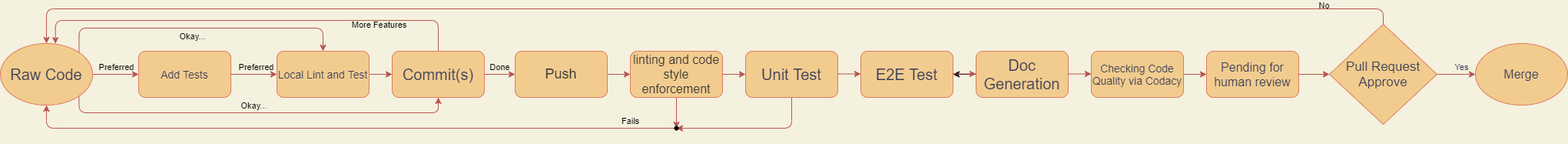
Above: admin/cipipeline/phase2.drawio.png in 12DaysOfCoding/WeTheFoodies (draw.io), before the change. Source tidied: cells renumbered, new cells last; positions are measured from the earlier drawing's top-left corner, leaving out a move shared by most shapes.
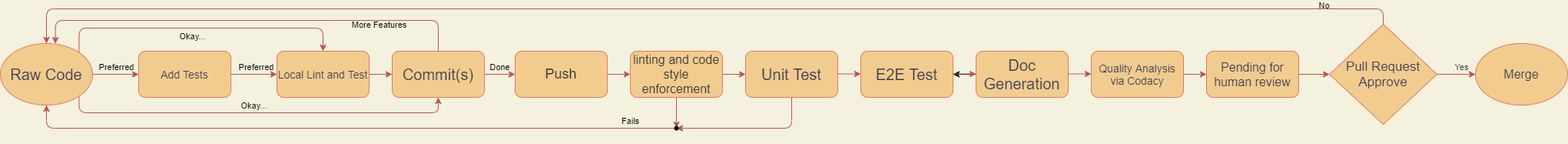
Above is the later version.

Commit message:
update phase2 diagram

What changed in the source:
```diff
@@ -94,7 +94,7 @@
     <mxCell id="22" style="edgeStyle=orthogonalEdgeStyle;rounded=1;jettySize=auto;html=1;startArrow=none;startFill=0;endArrow=classic;endFill=1;fillColor=#f8cecc;strokeColor=#b85450;" parent="1" edge="1" source="23" target="13">
       <mxGeometry relative="1" as="geometry" />
     </mxCell>
-    <mxCell id="23" value="&lt;font style=&quot;font-size: 14px&quot;&gt;Checking Code Quality via Codacy&lt;/font&gt;" style="rounded=1;whiteSpace=wrap;html=1;fillColor=#F2CC8F;strokeColor=#E07A5F;fontColor=#393C56;" parent="1" vertex="1">
+    <mxCell id="23" value="&lt;font style=&quot;font-size: 14px&quot;&gt;Quality Analysis via Codacy&lt;/font&gt;" style="rounded=1;whiteSpace=wrap;html=1;fillColor=#F2CC8F;strokeColor=#E07A5F;fontColor=#393C56;" parent="1" vertex="1">
       <mxGeometry x="1420" y="40" width="120" height="60" as="geometry" />
     </mxCell>
     <mxCell id="24" style="edgeStyle=orthogonalEdgeStyle;curved=0;rounded=1;sketch=0;jettySize=auto;html=1;exitX=0.5;exitY=0;exitDx=0;exitDy=0;entryX=0.5;entryY=0;entryDx=0;entryDy=0;fontColor=#393C56;strokeColor=#b85450;fillColor=#f8cecc;" parent="1" edge="1" source="28" target="20">
```
